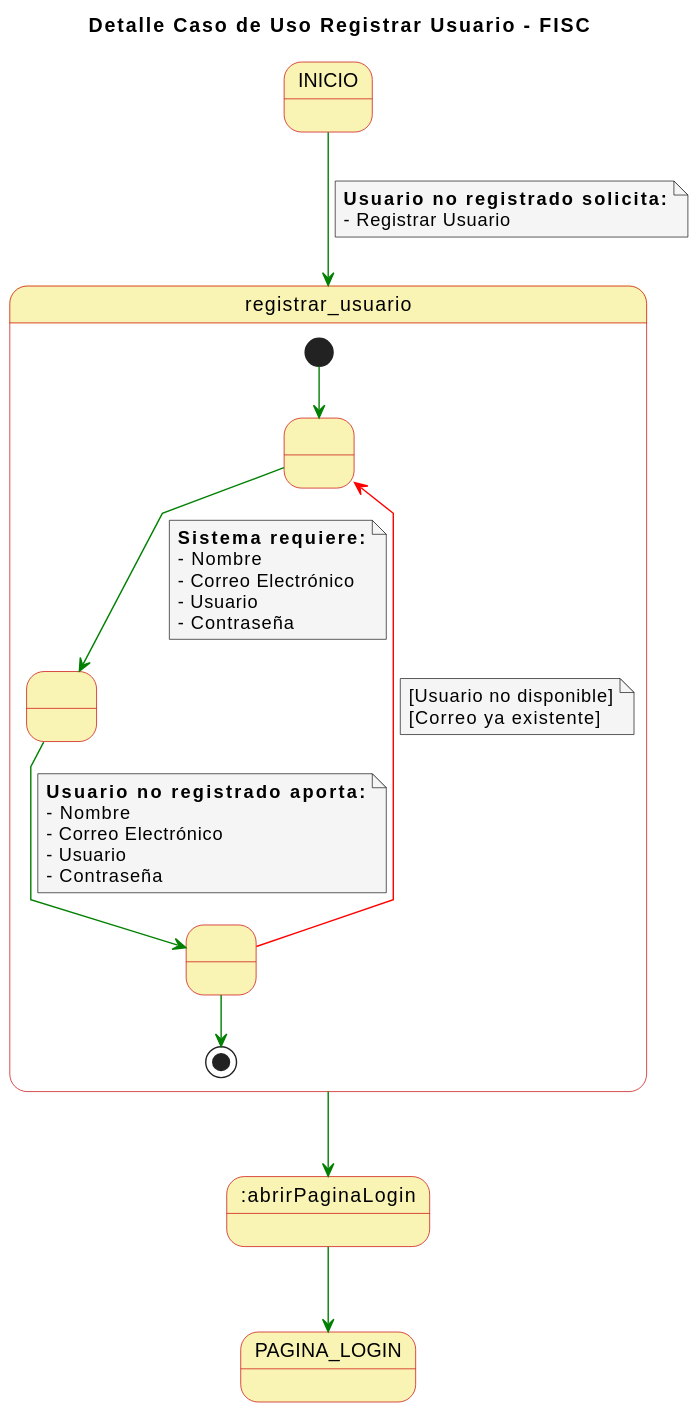
Before: imagenes/casosDeUso/detallesCasosUso/detalleCasoUsoRegistrarUsuario.svg, a diagram exported from PlantUML (mmasias/23-24-IdSw1-SDR). Its diagram source:
```plantuml
@startuml
skinparam state {
  BackgroundColor #faf4b4
  BorderColor #c90000
}

skinparam note {
  BackgroundColor #f5f5f5
}

skinparam linetype polyline

title Detalle Caso de Uso Registrar Usuario - FISC


INICIO -[#green]-> registrar_usuario
note on link
  **Usuario no registrado solicita:**
  - Registrar Usuario
end note

state registrar_usuario {
  state 1 as " "
  state 2 as " "
  state 3 as " "

  [*] -[#green]-> 1
  1 -[#green]-> 2
  note on link
      **Sistema requiere:**
      - Nombre
      - Correo Electrónico
      - Usuario
      - Contraseña
  end note
  2 -[#green]-> 3
  note on link
    **Usuario no registrado aporta:**
    - Nombre
    - Correo Electrónico
    - Usuario
    - Contraseña
  end note
  3 -[#red]-> 1
  note on link
    [Usuario no disponible]
    [Correo ya existente]
  end note
  3 -[#green]-> [*]
}

registrar_usuario -[#green]-> :abrirPaginaLogin

:abrirPaginaLogin -[#green]-> PAGINA_LOGIN
@enduml
```
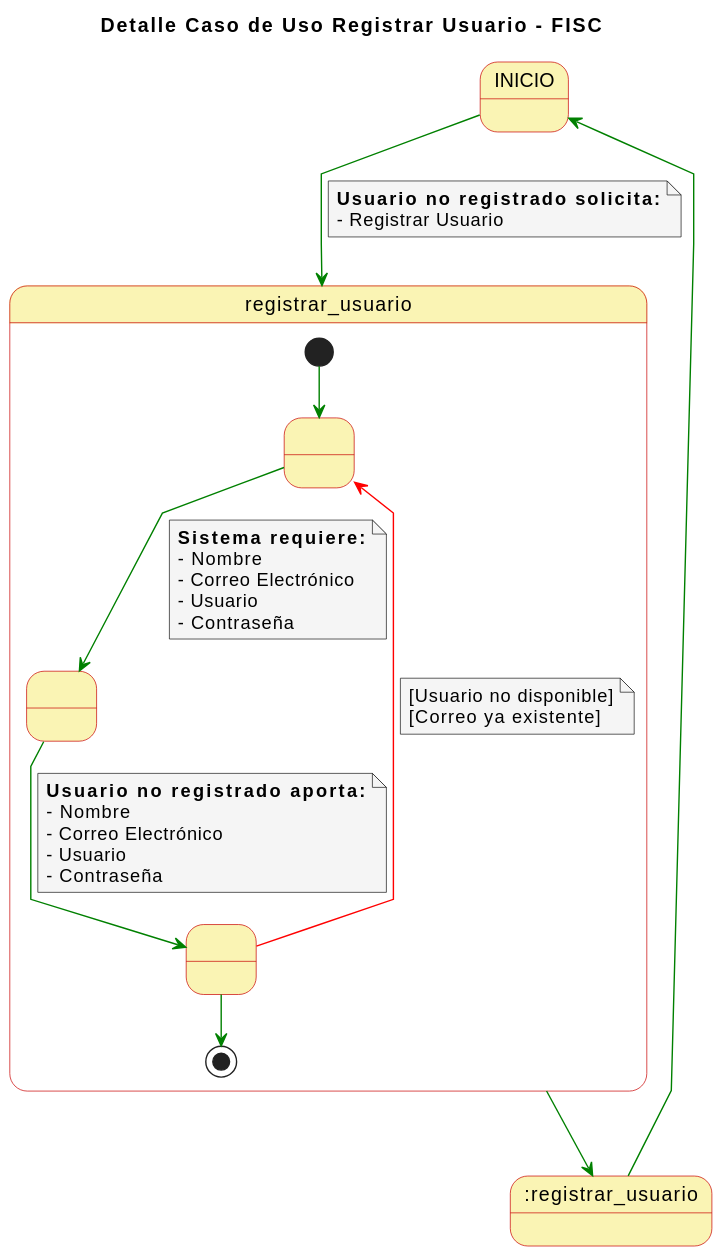
After the commit.

Change to the diagram source:
```diff
@@ -49,7 +49,7 @@
   3 -[#green]-> [*]
 }
 
-registrar_usuario -[#green]-> :abrirPaginaLogin
+registrar_usuario -[#green]-> :registrar_usuario
 
-:abrirPaginaLogin -[#green]-> PAGINA_LOGIN
+:registrar_usuario-[#green]-> INICIO
 @enduml
```
